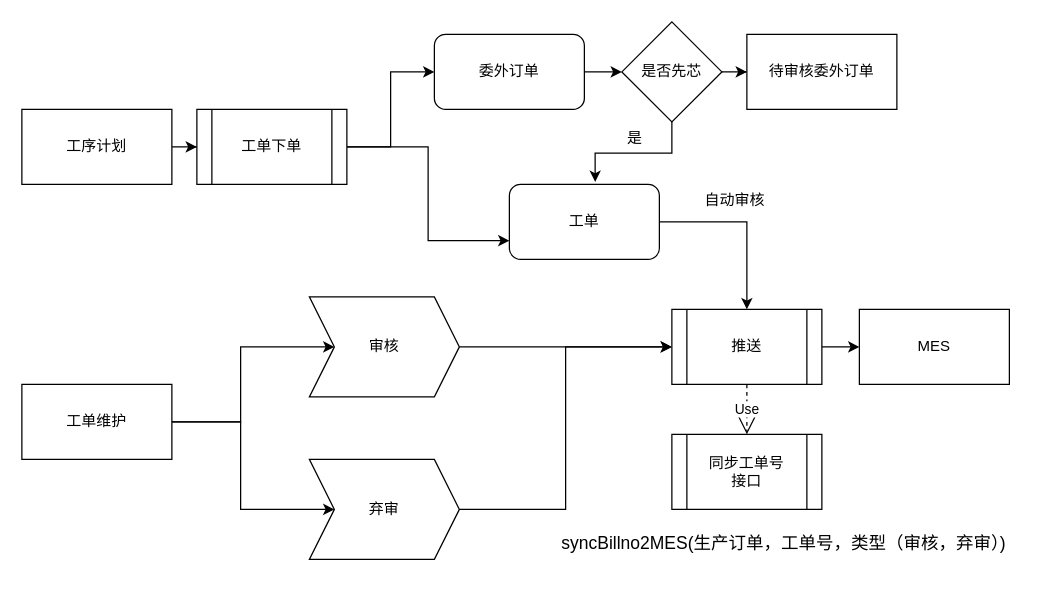
This is page "第 5 页" (5 of 5) of 生产.drawio from zckyuwang/spring-cloud-master, a draw.io file, before an edit. Source tidied: cells renumbered, new cells numbered last; positions are measured from the earlier drawing's top-left corner, leaving out a move shared by most shapes. Both pictures are drawn from the tidied source at 125%, with x=0, y=0 at pixel (21, 21).
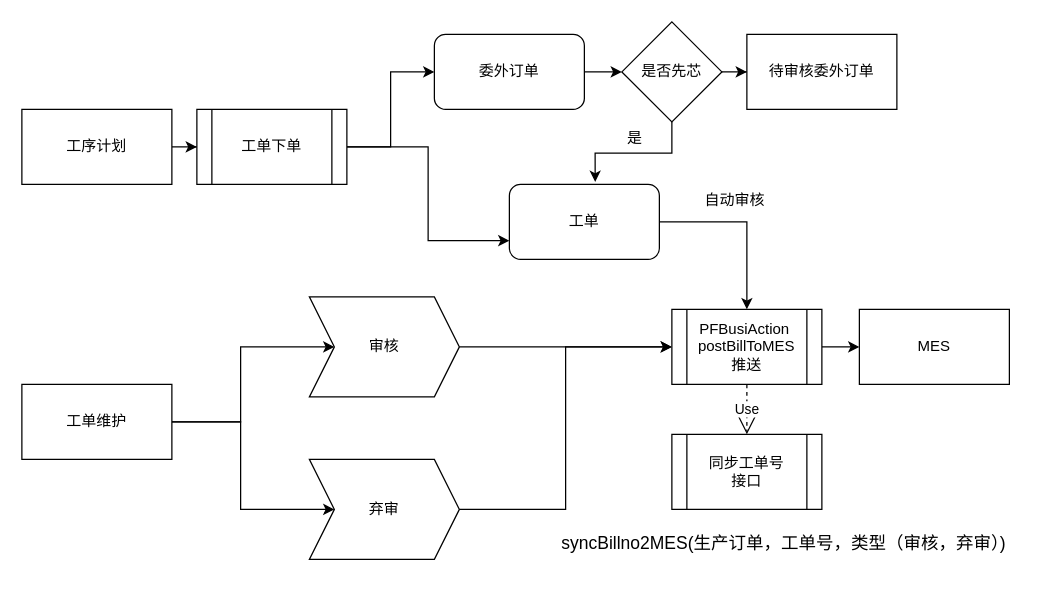
Above is the later version.

Change to the diagram source:
```diff
@@
-    <mxCell id="23" value="推送" style="shape=process;whiteSpace=wrap;html=1;backgroundOutline=1;" parent="1" vertex="1">
+    <mxCell id="23" value="PFBusiAction&amp;nbsp;&lt;br&gt;postBillToMES&lt;br&gt;推送" style="shape=process;whiteSpace=wrap;html=1;backgroundOutline=1;" parent="1" vertex="1">
       <mxGeometry x="520" y="230" width="120" height="60" as="geometry" />
     </mxCell>
```
